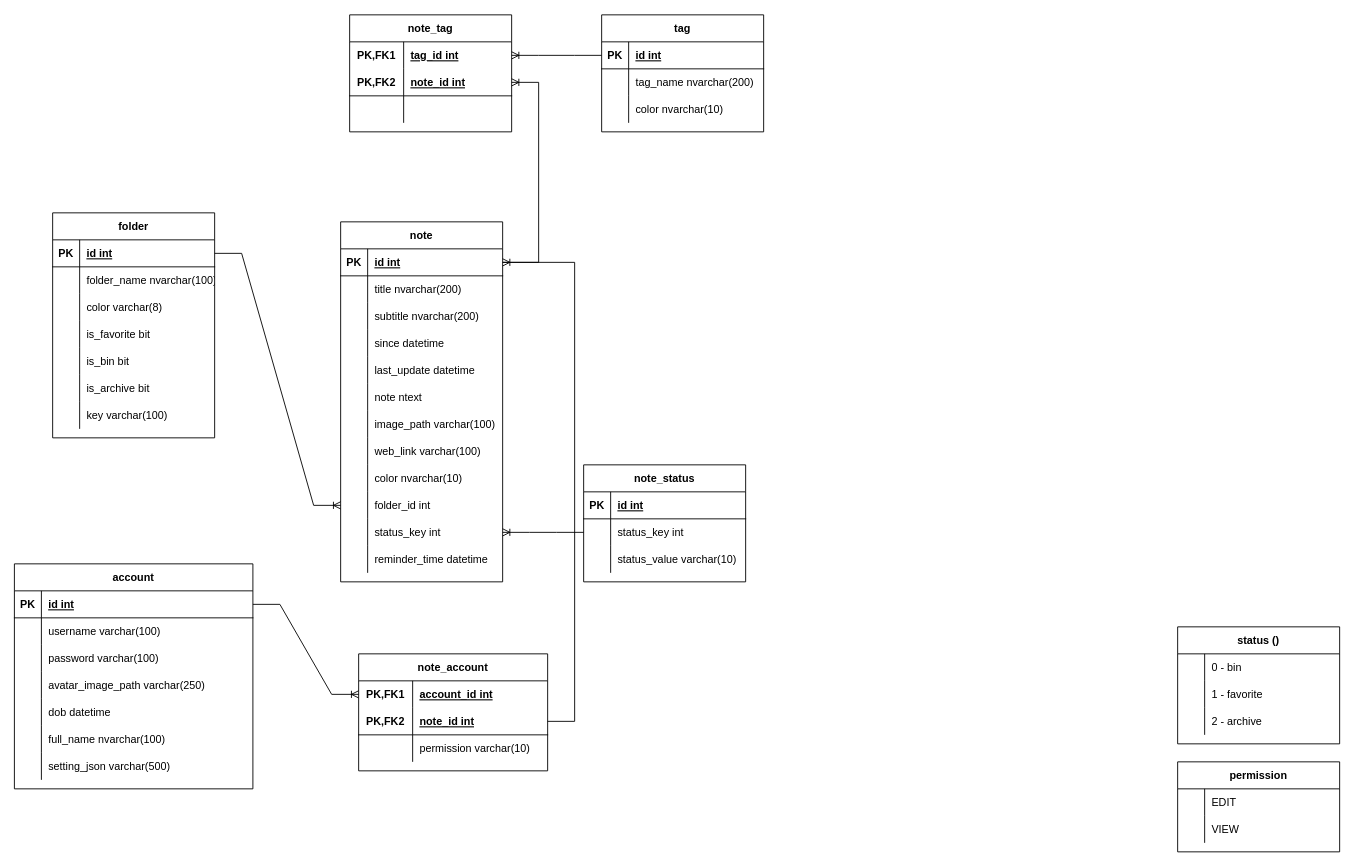
Before: SimpleNoteEntity.drawio in GroupXAndroid/SimpleNote, a draw.io diagram. Source tidied: cells renumbered, new cells numbered last; positions are measured from the earlier drawing's top-left corner, leaving out a move shared by most shapes. Both pictures are drawn from the tidied source at 90%, with x=0, y=0 at pixel (14, 14).
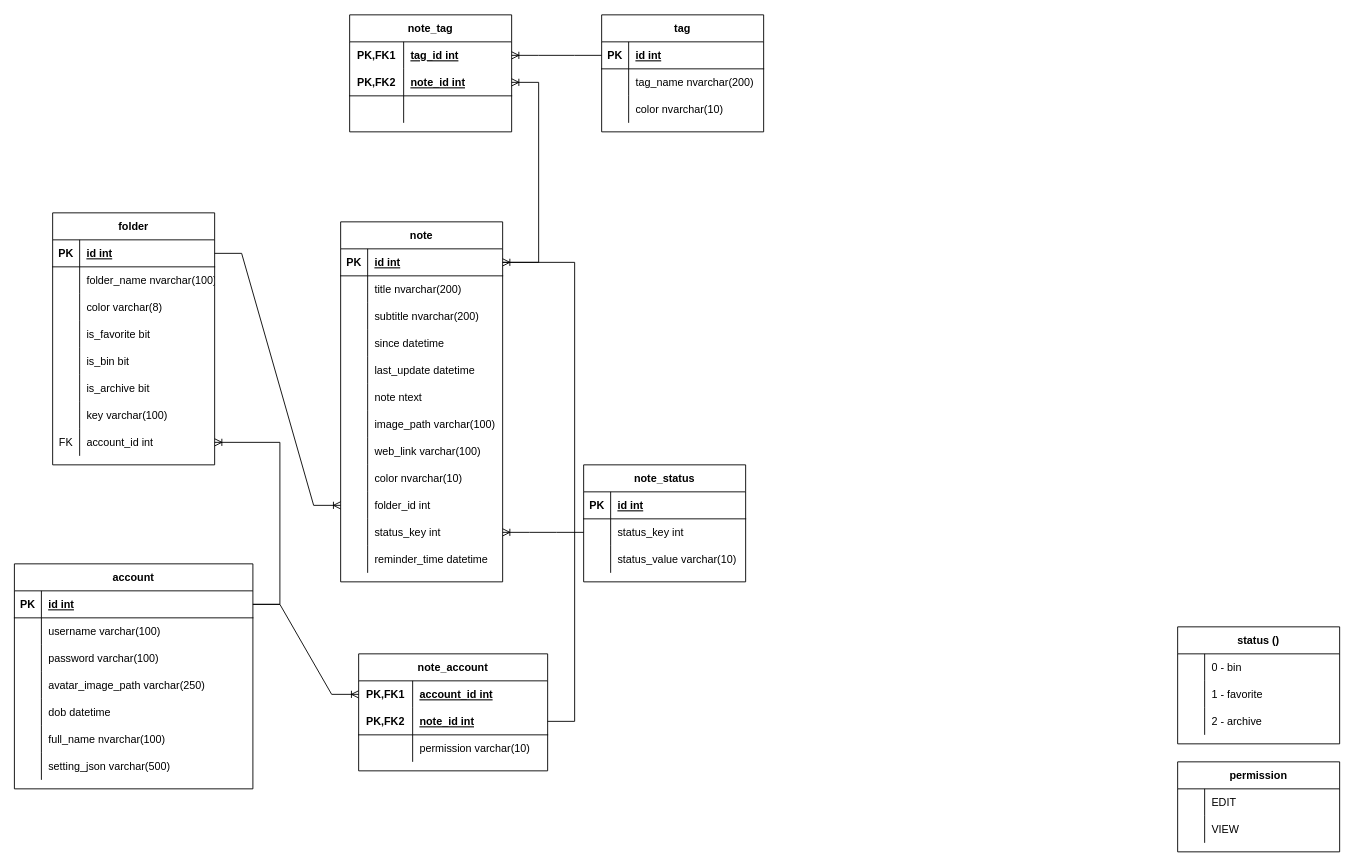
The same page after the edit.

Unchanged cells that the change refers to:
```xml
<mxCell id="85" style="shape=tableRow;horizontal=0;startSize=0;swimlaneHead=0;swimlaneBody=0;fillColor=none;points=[[0,0.5],[1,0.5]];portConstraint=eastwest;top=0;left=0;right=0;bottom=1;" parent="84" vertex="1">
  <mxGeometry y="30" width="265" height="30" as="geometry" />
</mxCell>
```

What changed in the source:
```diff
@@
     <mxCell id="59" value="folder" style="shape=table;startSize=30;childLayout=tableLayout;rowLines=0;fontStyle=1;align=center;" parent="1" vertex="1">
-      <mxGeometry x="42" y="220" width="180" height="250" as="geometry" />
+      <mxGeometry x="42" y="220" width="180" height="280" as="geometry" />
     </mxCell>
@@
+    <mxCell id="146" style="shape=tableRow;horizontal=0;startSize=0;swimlaneHead=0;swimlaneBody=0;fillColor=none;points=[[0,0.5],[1,0.5]];portConstraint=eastwest;top=0;left=0;right=0;bottom=0;" parent="59" vertex="1">
+      <mxGeometry y="240" width="180" height="30" as="geometry" />
+    </mxCell>
+    <mxCell id="147" value="FK" style="shape=partialRectangle;fillColor=none;top=0;left=0;bottom=0;right=0;overflow=hidden;" parent="146" vertex="1">
+      <mxGeometry width="30" height="30" as="geometry" />
+    </mxCell>
+    <mxCell id="148" value="account_id int" style="shape=partialRectangle;fillColor=none;top=0;left=0;bottom=0;right=0;align=left;spacingLeft=6;overflow=hidden;" parent="146" vertex="1">
+      <mxGeometry x="30" width="150" height="30" as="geometry" />
+    </mxCell>
@@
+    <mxCell id="149" style="edgeStyle=entityRelationEdgeStyle;fontSize=12;html=1;endArrow=ERoneToMany;rounded=0;" parent="1" edge="1" source="85" target="146">
+      <mxGeometry relative="1" as="geometry" />
+    </mxCell>
```
